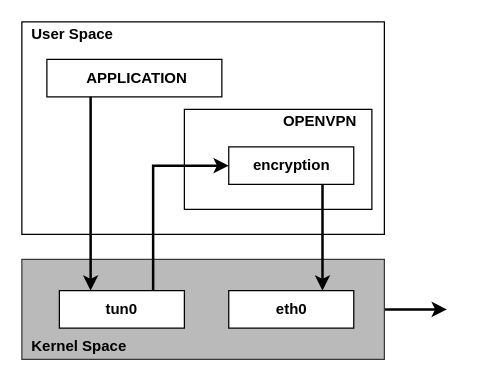
Before: page "Page-1" (1 of 5) of images/openvpn_tun_interface.drawio in ilsergente1993/MasterThesis, a draw.io diagram. Source tidied: cells renumbered, new cells numbered last; positions are measured from the earlier drawing's top-left corner, leaving out a move shared by most shapes. Both pictures are drawn from the tidied source at 125%, with x=0, y=0 at pixel (21, 21).
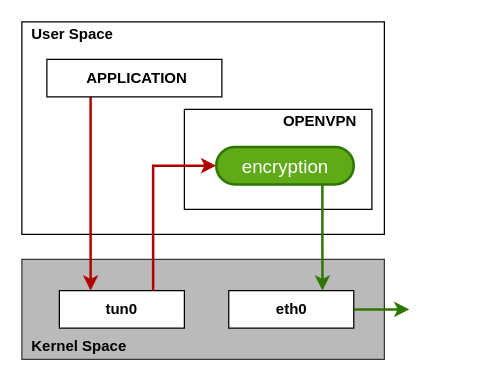
Above is the later version.

Unchanged cells that the change refers to:
```xml
<mxCell id="4" style="rounded=0;whiteSpace=wrap;html=1;fillColor=#BABABA;strokeColor=#36393d;" parent="1" vertex="1">
  <mxGeometry y="190" width="290" height="80" as="geometry" />
</mxCell>
<mxCell id="8" style="rounded=0;whiteSpace=wrap;html=1;fillColor=none;" parent="1" vertex="1">
  <mxGeometry x="20" y="30" width="140" height="30" as="geometry" />
</mxCell>
<mxCell id="13" value="tun0" style="rounded=0;whiteSpace=wrap;html=1;fontStyle=1;" parent="1" vertex="1">
  <mxGeometry x="30" y="215" width="100" height="30" as="geometry" />
</mxCell>
<mxCell id="14" value="eth0" style="rounded=0;whiteSpace=wrap;html=1;fontStyle=1;" parent="1" vertex="1">
  <mxGeometry x="165.5" y="215" width="100" height="30" as="geometry" />
</mxCell>
```

What changed in the source:
```diff
@@
-    <mxCell id="3" style="edgeStyle=orthogonalEdgeStyle;rounded=0;jettySize=auto;html=1;fontSize=12;strokeWidth=2;" parent="1" edge="1" source="4">
-      <mxGeometry relative="1" as="geometry">
-        <mxPoint x="340" y="230" as="targetPoint" />
-      </mxGeometry>
-    </mxCell>
@@
-    <mxCell id="7" style="edgeStyle=orthogonalEdgeStyle;rounded=0;jettySize=auto;html=1;entryX=0.25;entryY=0;entryDx=0;entryDy=0;fontSize=12;exitX=0.25;exitY=1;exitDx=0;exitDy=0;strokeWidth=2;" parent="1" edge="1" source="8" target="13">
+    <mxCell id="7" style="edgeStyle=orthogonalEdgeStyle;rounded=0;jettySize=auto;html=1;entryX=0.25;entryY=0;entryDx=0;entryDy=0;fontSize=12;exitX=0.25;exitY=1;exitDx=0;exitDy=0;strokeWidth=2;fillColor=#e51400;strokeColor=#B20000;" parent="1" edge="1" source="8" target="13">
       <mxGeometry relative="1" as="geometry">
         <Array as="points">
           <mxPoint x="55" y="60" />
         </Array>
       </mxGeometry>
     </mxCell>
@@
-    <mxCell id="12" value="encryption" style="rounded=0;whiteSpace=wrap;html=1;fillColor=none;fontStyle=1;" parent="1" vertex="1">
-      <mxGeometry x="165.5" y="100" width="100" height="30" as="geometry" />
-    </mxCell>
@@
-    <mxCell id="15" style="edgeStyle=orthogonalEdgeStyle;rounded=0;jettySize=auto;html=1;entryX=0;entryY=0.5;entryDx=0;entryDy=0;fontSize=12;exitX=0.75;exitY=0;exitDx=0;exitDy=0;strokeWidth=2;" parent="1" edge="1" source="13" target="12">
+    <mxCell id="15" style="edgeStyle=orthogonalEdgeStyle;rounded=0;jettySize=auto;html=1;entryX=0;entryY=0.5;entryDx=0;entryDy=0;fontSize=12;exitX=0.75;exitY=0;exitDx=0;exitDy=0;strokeWidth=2;fillColor=#e51400;strokeColor=#B20000;" parent="1" edge="1" source="13" target="12">
       <mxGeometry relative="1" as="geometry">
         <Array as="points">
           <mxPoint x="105" y="115" />
         </Array>
       </mxGeometry>
     </mxCell>
-    <mxCell id="16" style="edgeStyle=orthogonalEdgeStyle;rounded=0;jettySize=auto;html=1;entryX=0.75;entryY=0;entryDx=0;entryDy=0;fontSize=12;exitX=0.75;exitY=1;exitDx=0;exitDy=0;strokeWidth=2;" parent="1" edge="1" source="12" target="14">
+    <mxCell id="16" style="edgeStyle=orthogonalEdgeStyle;rounded=0;jettySize=auto;html=1;entryX=0.75;entryY=0;entryDx=0;entryDy=0;fontSize=12;exitX=0.75;exitY=1;exitDx=0;exitDy=0;strokeWidth=2;fillColor=#60a917;strokeColor=#2D7600;" parent="1" edge="1" target="14">
       <mxGeometry relative="1" as="geometry">
+        <mxPoint x="240.4" y="130.3" as="sourcePoint" />
         <Array as="points">
           <mxPoint x="240" y="170" />
           <mxPoint x="240" y="170" />
         </Array>
       </mxGeometry>
     </mxCell>
+    <mxCell id="12" value="encryption" style="rounded=1;whiteSpace=wrap;html=1;strokeColor=#2D7600;strokeWidth=2;fillColor=#60a917;fontSize=15;align=center;fontColor=#ffffff;arcSize=50;" parent="1" vertex="1">
+      <mxGeometry x="155.5" y="100" width="110" height="30" as="geometry" />
+    </mxCell>
+    <mxCell id="3" style="edgeStyle=orthogonalEdgeStyle;rounded=0;jettySize=auto;html=1;fontSize=12;strokeWidth=2;fillColor=#60a917;strokeColor=#2D7600;exitX=1;exitY=0.5;exitDx=0;exitDy=0;" parent="1" edge="1" source="14">
+      <mxGeometry relative="1" as="geometry">
+        <mxPoint x="310" y="230" as="targetPoint" />
+      </mxGeometry>
+    </mxCell>
```
